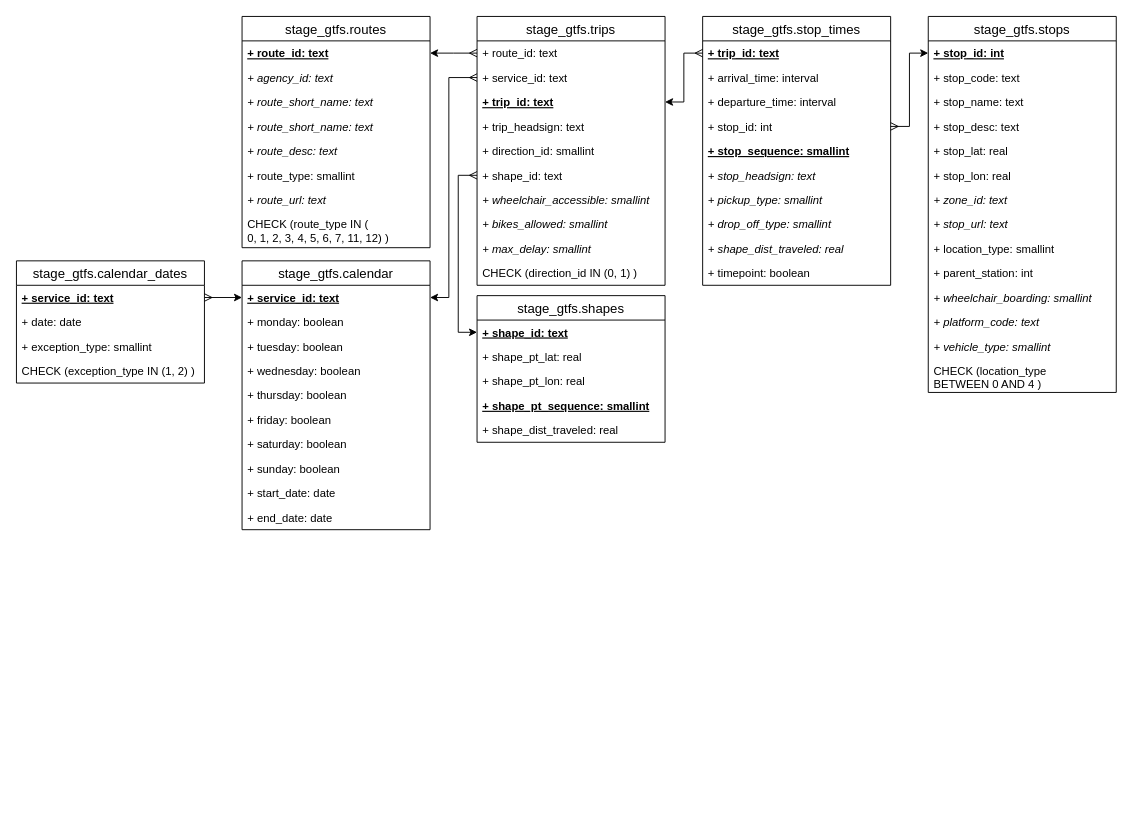
Earlier version of the draw.io diagram page "stage_gtfs" (2 of 4) of docs/sujuikoDB.drawio (datarttu/sujuikoDB). Source tidied: cells renumbered, new cells numbered last; positions are measured from the earlier drawing's top-left corner, leaving out a move shared by most shapes. Both pictures are drawn from the tidied source at 94%, with x=0, y=0 at pixel (16, 16).
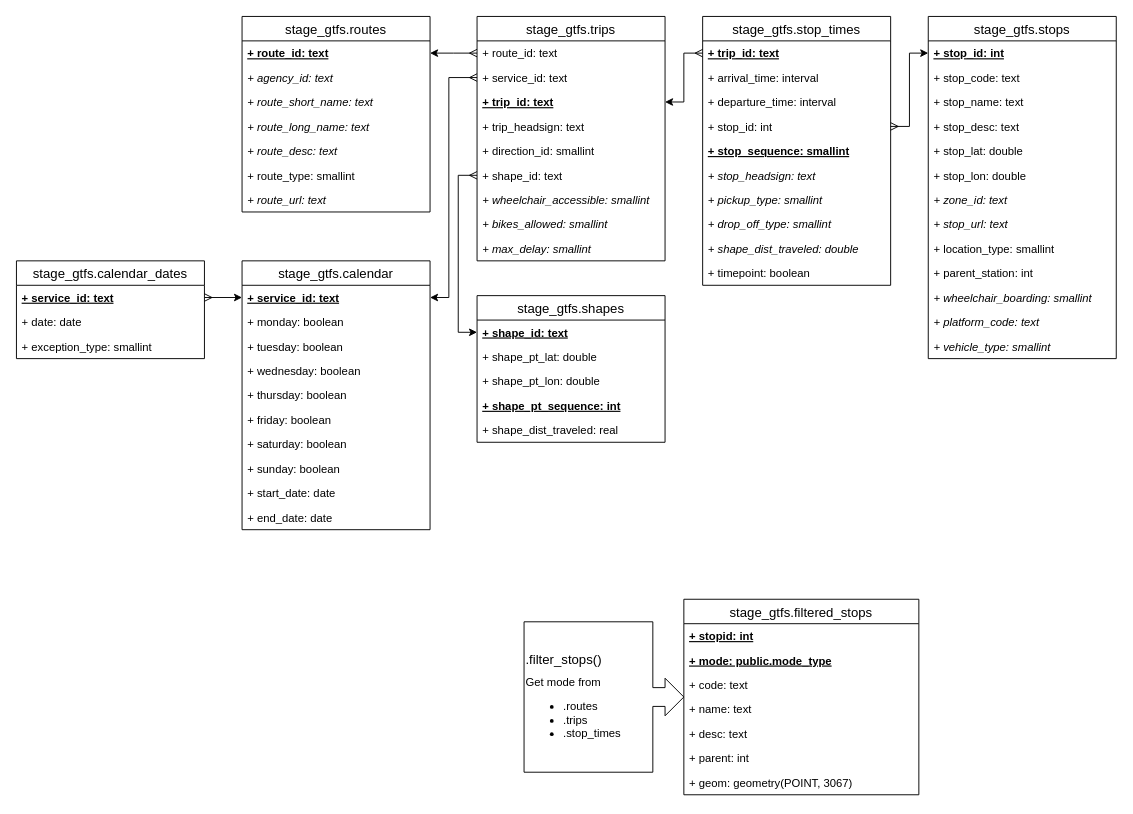
The same diagram, later.

Commit message (it also covers changes not shown here):
Add gtfs staging tables

The change refers to these unchanged cells:
```xml
<mxCell id="38" value="stage_gtfs.stop_times" style="swimlane;fontStyle=0;horizontal=1;startSize=26;swimlaneFillColor=#ffffff;align=center;fontSize=14;" parent="1" vertex="1">
  <mxGeometry x="730" width="200" height="286" as="geometry" />
</mxCell>
<mxCell id="66" value="stage_gtfs.shapes" style="swimlane;fontStyle=0;horizontal=1;startSize=26;swimlaneFillColor=#ffffff;align=center;fontSize=14;" parent="1" vertex="1">
  <mxGeometry x="490" y="297" width="200" height="156" as="geometry" />
</mxCell>
```

Change to the diagram source:
```diff
@@
     <mxCell id="2" value="stage_gtfs.calendar_dates" style="swimlane;fontStyle=0;horizontal=1;startSize=26;swimlaneFillColor=#ffffff;align=center;fontSize=14;" parent="1" vertex="1">
-      <mxGeometry y="260" width="200" height="130" as="geometry" />
+      <mxGeometry y="260" width="200" height="104" as="geometry" />
     </mxCell>
@@
-    <mxCell id="6" value="CHECK (exception_type IN (1, 2) )" style="text;spacingLeft=4;spacingRight=4;overflow=hidden;fontSize=12;" parent="2" vertex="1">
-      <mxGeometry y="104" width="200" height="26" as="geometry" />
-    </mxCell>
@@
     <mxCell id="18" value="stage_gtfs.routes" style="swimlane;fontStyle=0;horizontal=1;startSize=26;swimlaneFillColor=#ffffff;align=center;fontSize=14;" parent="1" vertex="1">
-      <mxGeometry x="240" width="200" height="246" as="geometry" />
+      <mxGeometry x="240" width="200" height="208" as="geometry" />
     </mxCell>
@@
-    <mxCell id="22" value="+ route_short_name: text" style="text;spacingLeft=4;spacingRight=4;overflow=hidden;fontSize=12;fontStyle=2;" parent="18" vertex="1">
+    <mxCell id="22" value="+ route_long_name: text" style="text;spacingLeft=4;spacingRight=4;overflow=hidden;fontSize=12;fontStyle=2;" parent="18" vertex="1">
       <mxGeometry y="104" width="200" height="26" as="geometry" />
     </mxCell>
@@
-    <mxCell id="26" value="CHECK (route_type IN (&#10;0, 1, 2, 3, 4, 5, 6, 7, 11, 12) )" style="text;spacingLeft=4;spacingRight=4;overflow=hidden;fontSize=12;" parent="18" vertex="1">
-      <mxGeometry y="208" width="200" height="38" as="geometry" />
-    </mxCell>
     <mxCell id="27" value="stage_gtfs.trips" style="swimlane;fontStyle=0;horizontal=1;startSize=26;swimlaneFillColor=#ffffff;align=center;fontSize=14;" parent="1" vertex="1">
-      <mxGeometry x="490" width="200" height="286" as="geometry" />
+      <mxGeometry x="490" width="200" height="260" as="geometry" />
     </mxCell>
@@
-    <mxCell id="37" value="CHECK (direction_id IN (0, 1) )" style="text;spacingLeft=4;spacingRight=4;overflow=hidden;fontSize=12;" parent="27" vertex="1">
-      <mxGeometry y="260" width="200" height="26" as="geometry" />
-    </mxCell>
@@
-    <mxCell id="47" value="+ shape_dist_traveled: real" style="text;spacingLeft=4;spacingRight=4;overflow=hidden;fontSize=12;fontStyle=2;" parent="38" vertex="1">
+    <mxCell id="47" value="+ shape_dist_traveled: double" style="text;spacingLeft=4;spacingRight=4;overflow=hidden;fontSize=12;fontStyle=2;" parent="38" vertex="1">
       <mxGeometry y="234" width="200" height="26" as="geometry" />
     </mxCell>
@@
     <mxCell id="49" value="stage_gtfs.stops" style="swimlane;fontStyle=0;horizontal=1;startSize=26;swimlaneFillColor=#ffffff;align=center;fontSize=14;" parent="1" vertex="1">
-      <mxGeometry x="970" width="200" height="400" as="geometry" />
+      <mxGeometry x="970" width="200" height="364" as="geometry" />
     </mxCell>
@@
-    <mxCell id="54" value="+ stop_lat: real" style="text;spacingLeft=4;spacingRight=4;overflow=hidden;fontSize=12;" parent="49" vertex="1">
+    <mxCell id="54" value="+ stop_lat: double" style="text;spacingLeft=4;spacingRight=4;overflow=hidden;fontSize=12;" parent="49" vertex="1">
       <mxGeometry y="130" width="200" height="26" as="geometry" />
     </mxCell>
-    <mxCell id="55" value="+ stop_lon: real" style="text;spacingLeft=4;spacingRight=4;overflow=hidden;fontSize=12;" parent="49" vertex="1">
+    <mxCell id="55" value="+ stop_lon: double" style="text;spacingLeft=4;spacingRight=4;overflow=hidden;fontSize=12;" parent="49" vertex="1">
       <mxGeometry y="156" width="200" height="26" as="geometry" />
     </mxCell>
@@
-    <mxCell id="63" value="CHECK (location_type&#10;BETWEEN 0 AND 4 )" style="text;spacingLeft=4;spacingRight=4;overflow=hidden;fontSize=12;fontStyle=0;" parent="49" vertex="1">
-      <mxGeometry y="364" width="200" height="36" as="geometry" />
-    </mxCell>
@@
-    <mxCell id="68" value="+ shape_pt_lat: real" style="text;spacingLeft=4;spacingRight=4;overflow=hidden;fontSize=12;" parent="66" vertex="1">
+    <mxCell id="68" value="+ shape_pt_lat: double" style="text;spacingLeft=4;spacingRight=4;overflow=hidden;fontSize=12;" parent="66" vertex="1">
       <mxGeometry y="52" width="200" height="26" as="geometry" />
     </mxCell>
-    <mxCell id="69" value="+ shape_pt_lon: real" style="text;spacingLeft=4;spacingRight=4;overflow=hidden;fontSize=12;" parent="66" vertex="1">
+    <mxCell id="69" value="+ shape_pt_lon: double" style="text;spacingLeft=4;spacingRight=4;overflow=hidden;fontSize=12;" parent="66" vertex="1">
       <mxGeometry y="78" width="200" height="26" as="geometry" />
     </mxCell>
-    <mxCell id="70" value="+ shape_pt_sequence: smallint" style="text;spacingLeft=4;spacingRight=4;overflow=hidden;fontSize=12;fontStyle=5;" parent="66" vertex="1">
+    <mxCell id="70" value="+ shape_pt_sequence: int" style="text;spacingLeft=4;spacingRight=4;overflow=hidden;fontSize=12;fontStyle=5;" parent="66" vertex="1">
       <mxGeometry y="104" width="200" height="26" as="geometry" />
     </mxCell>
@@
+    <mxCell id="76" value="stage_gtfs.filtered_stops" style="swimlane;fontStyle=0;horizontal=1;startSize=26;swimlaneFillColor=#ffffff;align=center;fontSize=14;" parent="1" vertex="1">
+      <mxGeometry x="710" y="620" width="250" height="208" as="geometry" />
+    </mxCell>
+    <mxCell id="77" value="+ stopid: int" style="text;strokeColor=none;fillColor=none;spacingLeft=4;spacingRight=4;overflow=hidden;fontSize=12;fontStyle=5;" parent="76" vertex="1">
+      <mxGeometry y="26" width="250" height="26" as="geometry" />
+    </mxCell>
+    <mxCell id="78" value="+ mode: public.mode_type" style="text;strokeColor=none;fillColor=none;spacingLeft=4;spacingRight=4;overflow=hidden;fontSize=12;fontStyle=5;" parent="76" vertex="1">
+      <mxGeometry y="52" width="250" height="26" as="geometry" />
+    </mxCell>
+    <mxCell id="79" value="+ code: text" style="text;strokeColor=none;fillColor=none;spacingLeft=4;spacingRight=4;overflow=hidden;fontSize=12;" parent="76" vertex="1">
+      <mxGeometry y="78" width="250" height="26" as="geometry" />
+    </mxCell>
+    <mxCell id="80" value="+ name: text" style="text;strokeColor=none;fillColor=none;spacingLeft=4;spacingRight=4;overflow=hidden;fontSize=12;" parent="76" vertex="1">
+      <mxGeometry y="104" width="250" height="26" as="geometry" />
+    </mxCell>
+    <mxCell id="81" value="+ desc: text" style="text;strokeColor=none;fillColor=none;spacingLeft=4;spacingRight=4;overflow=hidden;fontSize=12;" parent="76" vertex="1">
+      <mxGeometry y="130" width="250" height="26" as="geometry" />
+    </mxCell>
+    <mxCell id="82" value="+ parent: int" style="text;strokeColor=none;fillColor=none;spacingLeft=4;spacingRight=4;overflow=hidden;fontSize=12;" parent="76" vertex="1">
+      <mxGeometry y="156" width="250" height="26" as="geometry" />
+    </mxCell>
+    <mxCell id="83" value="+ geom: geometry(POINT, 3067)" style="text;strokeColor=none;fillColor=none;spacingLeft=4;spacingRight=4;overflow=hidden;fontSize=12;" parent="76" vertex="1">
+      <mxGeometry y="182" width="250" height="26" as="geometry" />
+    </mxCell>
+    <mxCell id="84" value="&lt;p style=&quot;line-height: 100%&quot;&gt;&lt;font style=&quot;font-size: 14px&quot;&gt;.filter_stops()&lt;/font&gt;&lt;/p&gt;&lt;p style=&quot;line-height: 100%&quot;&gt;Get mode from&lt;/p&gt;&lt;ul&gt;&lt;li&gt;.routes&lt;/li&gt;&lt;li&gt;.trips&lt;/li&gt;&lt;li&gt;.stop_times&lt;/li&gt;&lt;/ul&gt;&lt;p&gt;&lt;/p&gt;" style="html=1;shadow=0;dashed=0;align=left;verticalAlign=middle;shape=mxgraph.arrows2.calloutArrow;dy=10;dx=20;notch=137;arrowHead=10;" parent="1" vertex="1">
+      <mxGeometry x="540" y="644" width="170" height="160" as="geometry" />
+    </mxCell>
```
